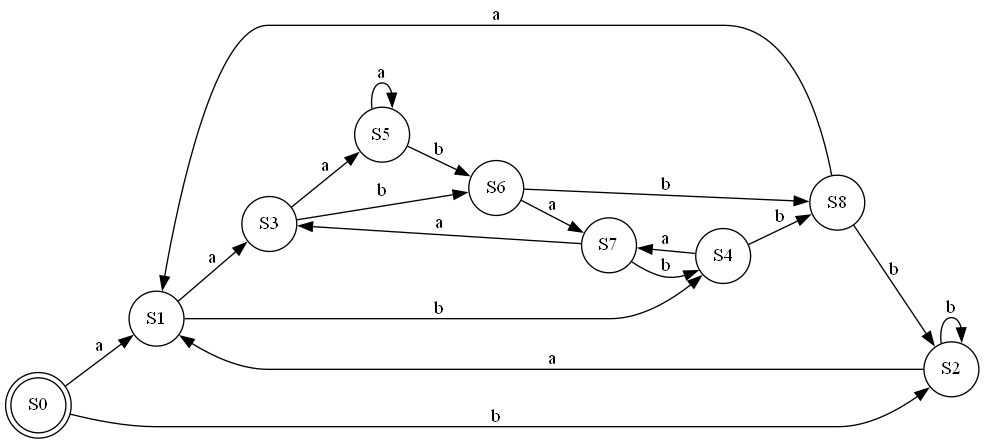
Earlier version of the Graphviz export subsetConstruction.gv.png (esc20936/laboratorio1_Dise-oLenguajesDeProgramacion). Its source is kept beside it as subsetConstruction.gv.
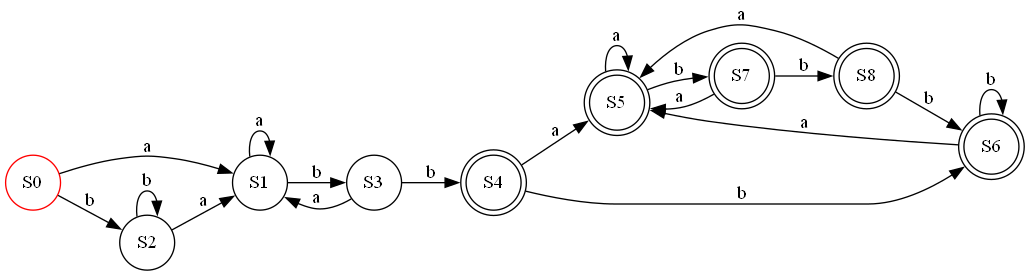
The same diagram one commit later.

Commit message:
subset construction

Change to the diagram source:
```diff
@@ -1,39 +1,67 @@
 digraph G {
 	rankdir=LR size="20,5"
+	node [color=red shape=circle]
+	S0
+	node [color=black shape=circle]
+	S0
+	node [color=black shape=circle]
+	S1
+	node [color=black shape=circle]
+	S1
+	node [color=black shape=circle]
+	S2
+	node [color=black shape=circle]
+	S2
+	node [color=black shape=circle]
+	S3
+	node [color=black shape=circle]
+	S3
+	node [color=black shape=circle]
 	node [shape=doublecircle]
-	S0
-	node [shape=circle]
-	S1
-	node [shape=circle]
-	S2
-	node [shape=circle]
-	S3
-	node [shape=circle]
 	S4
-	node [shape=circle]
+	node [color=black shape=circle]
+	node [shape=doublecircle]
+	S4
+	node [color=black shape=circle]
+	node [shape=doublecircle]
 	S5
-	node [shape=circle]
+	node [color=black shape=circle]
+	node [shape=doublecircle]
+	S5
+	node [color=black shape=circle]
+	node [shape=doublecircle]
 	S6
-	node [shape=circle]
+	node [color=black shape=circle]
+	node [shape=doublecircle]
+	S6
+	node [color=black shape=circle]
+	node [shape=doublecircle]
 	S7
-	node [shape=circle]
+	node [color=black shape=circle]
+	node [shape=doublecircle]
+	S7
+	node [color=black shape=circle]
+	node [shape=doublecircle]
+	S8
+	node [color=black shape=circle]
+	node [shape=doublecircle]
 	S8
 	S0 -> S1 [label=a]
 	S0 -> S2 [label=b]
-	S1 -> S3 [label=a]
-	S1 -> S4 [label=b]
+	S1 -> S1 [label=a]
+	S1 -> S3 [label=b]
 	S2 -> S1 [label=a]
 	S2 -> S2 [label=b]
-	S3 -> S5 [label=a]
-	S3 -> S6 [label=b]
-	S4 -> S7 [label=a]
-	S4 -> S8 [label=b]
+	S3 -> S1 [label=a]
+	S3 -> S4 [label=b]
+	S4 -> S5 [label=a]
+	S4 -> S6 [label=b]
 	S5 -> S5 [label=a]
-	S5 -> S6 [label=b]
-	S6 -> S7 [label=a]
-	S6 -> S8 [label=b]
-	S7 -> S3 [label=a]
-	S7 -> S4 [label=b]
-	S8 -> S1 [label=a]
-	S8 -> S2 [label=b]
+	S5 -> S7 [label=b]
+	S6 -> S5 [label=a]
+	S6 -> S6 [label=b]
+	S7 -> S5 [label=a]
+	S7 -> S8 [label=b]
+	S8 -> S5 [label=a]
+	S8 -> S6 [label=b]
 }
```
